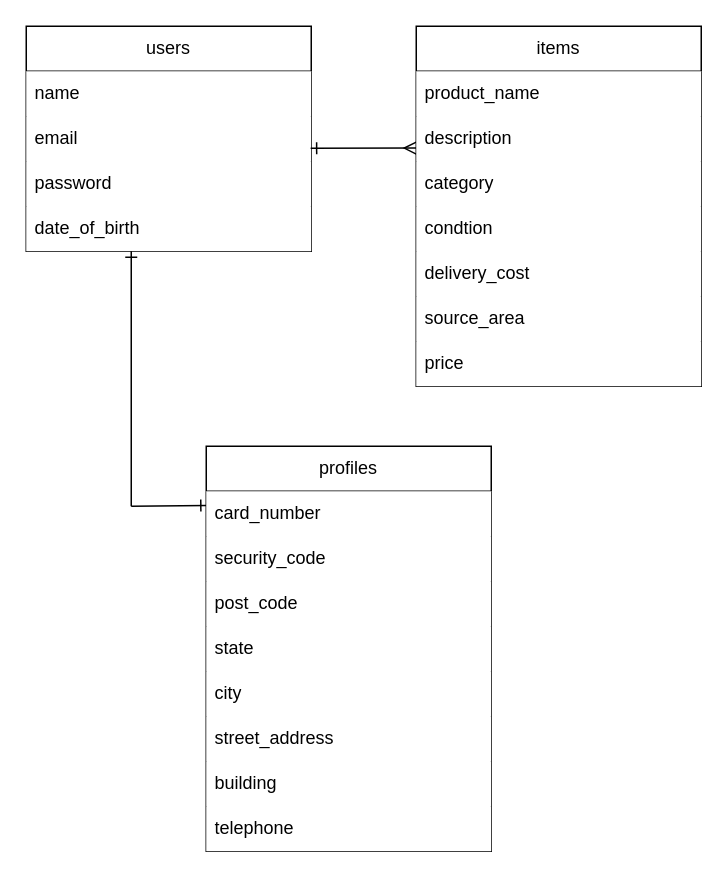
The draw.io diagram furima-39699.dio in nosukepg1997/furima-39699, before the edit. Source tidied: cells renumbered, new cells numbered last; positions are measured from the earlier drawing's top-left corner, leaving out a move shared by most shapes. Both pictures are drawn from the tidied source at 150%, with x=0, y=0 at pixel (26, 26).
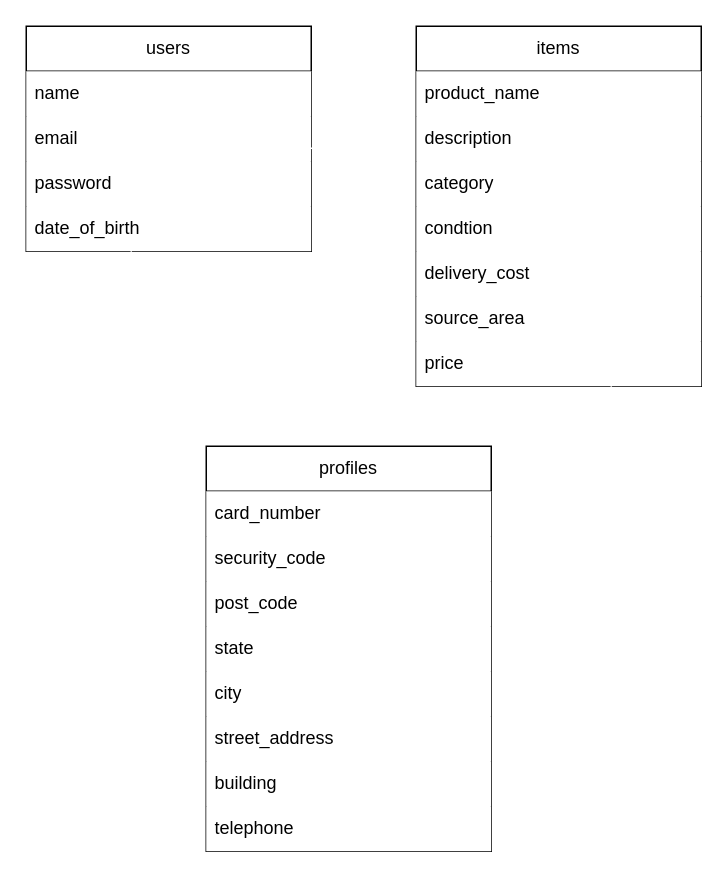
After the change.

Commit message (it also covers changes not shown here):
アソシエーションの修正

The change refers to these unchanged cells:
```xml
<mxCell id="19" value="card_number" style="text;strokeColor=none;fillColor=default;align=left;verticalAlign=middle;spacingLeft=4;spacingRight=4;overflow=hidden;points=[[0,0.5],[1,0.5]];portConstraint=eastwest;whiteSpace=wrap;html=1;" parent="18" vertex="1">
  <mxGeometry y="30" width="190" height="30" as="geometry" />
</mxCell>
<mxCell id="22" value="state" style="text;strokeColor=none;fillColor=default;align=left;verticalAlign=middle;spacingLeft=4;spacingRight=4;overflow=hidden;points=[[0,0.5],[1,0.5]];portConstraint=eastwest;whiteSpace=wrap;html=1;" parent="18" vertex="1">
  <mxGeometry y="120" width="190" height="30" as="geometry" />
</mxCell>
```

Diff of the diagram source:
```diff
@@
-    <mxCell id="7" style="edgeStyle=none;html=1;startArrow=ERmany;startFill=0;endArrow=ERone;endFill=0;entryX=0.998;entryY=0.014;entryDx=0;entryDy=0;entryPerimeter=0;" parent="1" edge="1">
+    <mxCell id="7" style="edgeStyle=none;html=1;startArrow=ERmany;startFill=0;endArrow=ERone;endFill=0;entryX=0.998;entryY=0.014;entryDx=0;entryDy=0;entryPerimeter=0;strokeColor=#FFFFFF;" parent="1" edge="1">
       <mxGeometry relative="1" as="geometry">
         <mxPoint x="260" y="81.2" as="sourcePoint" />
         <mxPoint x="189.6" y="81.4" as="targetPoint" />
       </mxGeometry>
     </mxCell>
@@
-    <mxCell id="17" style="edgeStyle=none;html=1;startArrow=ERone;startFill=0;endArrow=none;endFill=0;exitX=0.002;exitY=0.317;exitDx=0;exitDy=0;exitPerimeter=0;" parent="1" edge="1" source="19">
+    <mxCell id="17" style="edgeStyle=none;html=1;startArrow=ERmany;startFill=0;endArrow=none;endFill=0;exitX=0.002;exitY=0.317;exitDx=0;exitDy=0;exitPerimeter=0;strokeColor=#FFFFFF;" parent="1" edge="1" source="19">
       <mxGeometry relative="1" as="geometry">
         <mxPoint x="70" y="320" as="targetPoint" />
       </mxGeometry>
     </mxCell>
@@
-    <mxCell id="27" style="edgeStyle=none;html=1;startArrow=ERone;startFill=0;endArrow=none;endFill=0;" parent="1" edge="1">
+    <mxCell id="27" style="edgeStyle=none;html=1;startArrow=ERone;startFill=0;endArrow=none;endFill=0;strokeColor=#FFFFFF;" parent="1" edge="1">
       <mxGeometry relative="1" as="geometry">
         <mxPoint x="70" y="150" as="sourcePoint" />
         <mxPoint x="70" y="320" as="targetPoint" />
       </mxGeometry>
     </mxCell>
+    <mxCell id="28" style="edgeStyle=none;html=1;startArrow=ERone;startFill=0;endArrow=none;endFill=0;strokeColor=#FFFFFF;" parent="1" edge="1">
+      <mxGeometry relative="1" as="geometry">
+        <mxPoint x="390" y="240" as="sourcePoint" />
+        <mxPoint x="390" y="400" as="targetPoint" />
+      </mxGeometry>
+    </mxCell>
+    <mxCell id="29" style="edgeStyle=none;html=1;startArrow=ERone;startFill=0;endArrow=none;endFill=0;strokeColor=#FFFFFF;exitX=1.003;exitY=0.011;exitDx=0;exitDy=0;exitPerimeter=0;" parent="1" edge="1" source="22">
+      <mxGeometry relative="1" as="geometry">
+        <mxPoint x="390" y="400" as="targetPoint" />
+      </mxGeometry>
+    </mxCell>
```
